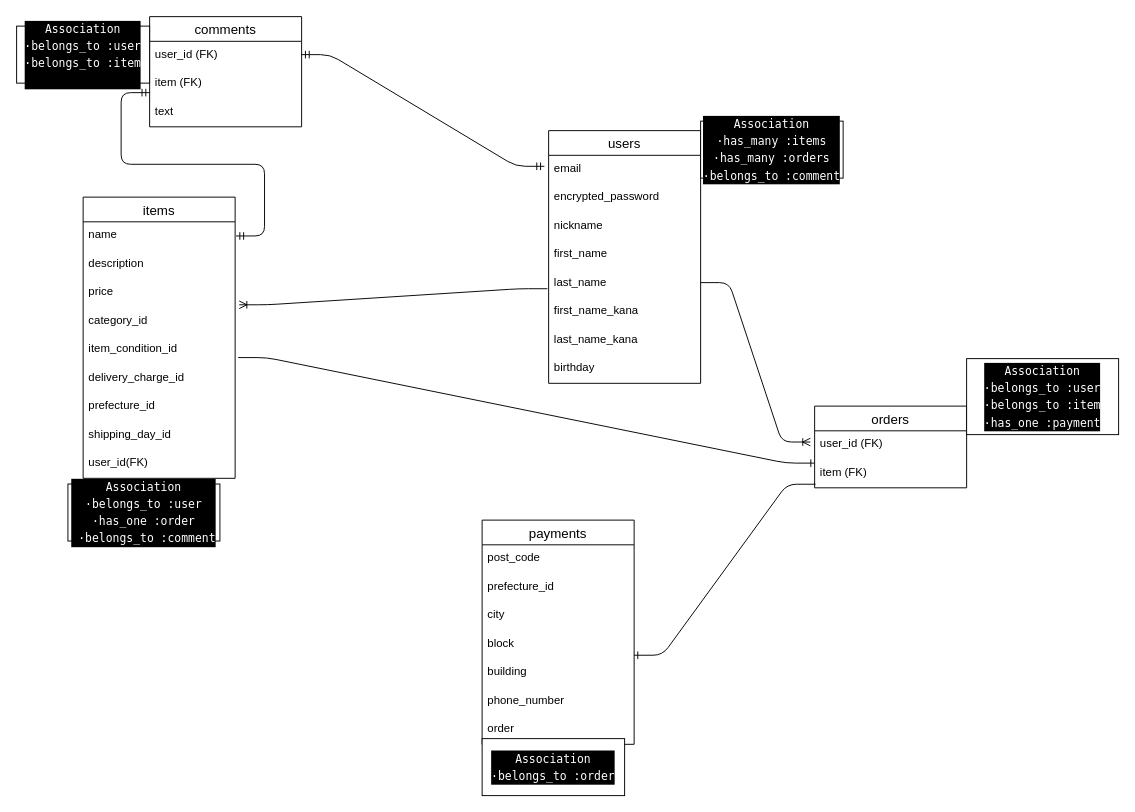
miyotake/furima-38413 keeps this draw.io diagram as furima-er.dio. Above is the earlier version. Source tidied: cells renumbered, new cells numbered last; positions are measured from the earlier drawing's top-left corner, leaving out a move shared by most shapes. Both pictures are drawn from the tidied source at 95%, with x=0, y=0 at pixel (16, 16).
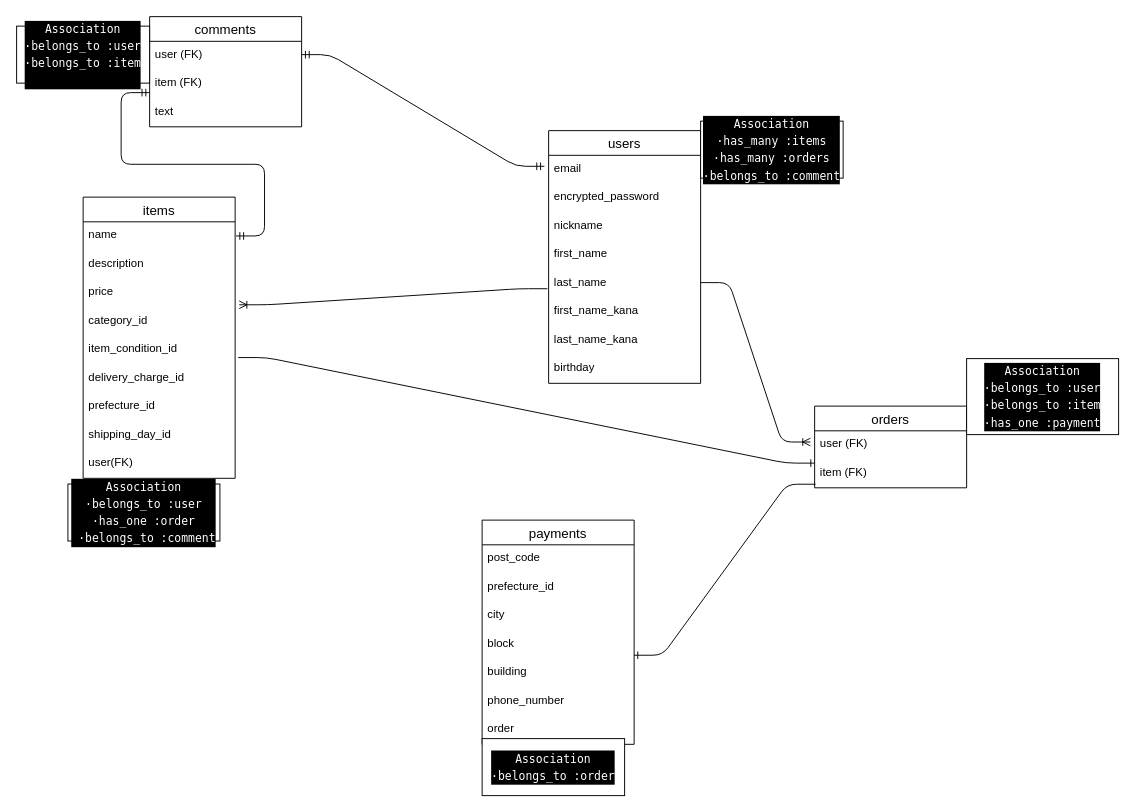
The same diagram, later.

Unchanged cells that the change refers to:
```xml
<mxCell id="2" value="items" style="swimlane;fontStyle=0;horizontal=1;startSize=26;align=center;fontSize=14;" parent="1" vertex="1">
  <mxGeometry x="70" y="190" width="160" height="296" as="geometry" />
</mxCell>
<mxCell id="32" value="orders" style="swimlane;fontStyle=0;horizontal=1;startSize=26;align=center;fontSize=14;fillColor=#FFFFFF;" parent="1" vertex="1">
  <mxGeometry x="840" y="410" width="160" height="86" as="geometry" />
</mxCell>
<mxCell id="36" value="comments" style="swimlane;fontStyle=0;horizontal=1;startSize=26;align=center;fontSize=14;fillColor=#FFFFFF;" parent="1" vertex="1">
  <mxGeometry x="140" width="160" height="116" as="geometry" />
</mxCell>
```

The edit, as a diff of the source:
```diff
@@
-    <mxCell id="11" value="user_id(FK)" style="text;strokeColor=none;fillColor=none;spacingLeft=4;spacingRight=4;overflow=hidden;fontSize=12;" parent="2" vertex="1">
+    <mxCell id="11" value="user(FK)" style="text;strokeColor=none;fillColor=none;spacingLeft=4;spacingRight=4;overflow=hidden;fontSize=12;" parent="2" vertex="1">
       <mxGeometry y="266" width="160" height="30" as="geometry" />
     </mxCell>
@@
-    <mxCell id="33" value="user_id (FK)" style="text;strokeColor=none;fillColor=none;spacingLeft=4;spacingRight=4;overflow=hidden;points=[[0,0.5],[1,0.5]];portConstraint=eastwest;fontSize=12;" parent="32" vertex="1">
+    <mxCell id="33" value="user (FK)" style="text;strokeColor=none;fillColor=none;spacingLeft=4;spacingRight=4;overflow=hidden;points=[[0,0.5],[1,0.5]];portConstraint=eastwest;fontSize=12;" parent="32" vertex="1">
       <mxGeometry y="26" width="160" height="30" as="geometry" />
     </mxCell>
@@
-    <mxCell id="37" value="user_id (FK)" style="text;strokeColor=none;fillColor=none;spacingLeft=4;spacingRight=4;overflow=hidden;fontSize=12;" parent="36" vertex="1">
+    <mxCell id="37" value="user (FK)" style="text;strokeColor=none;fillColor=none;spacingLeft=4;spacingRight=4;overflow=hidden;fontSize=12;" parent="36" vertex="1">
       <mxGeometry y="26" width="160" height="30" as="geometry" />
     </mxCell>
```
